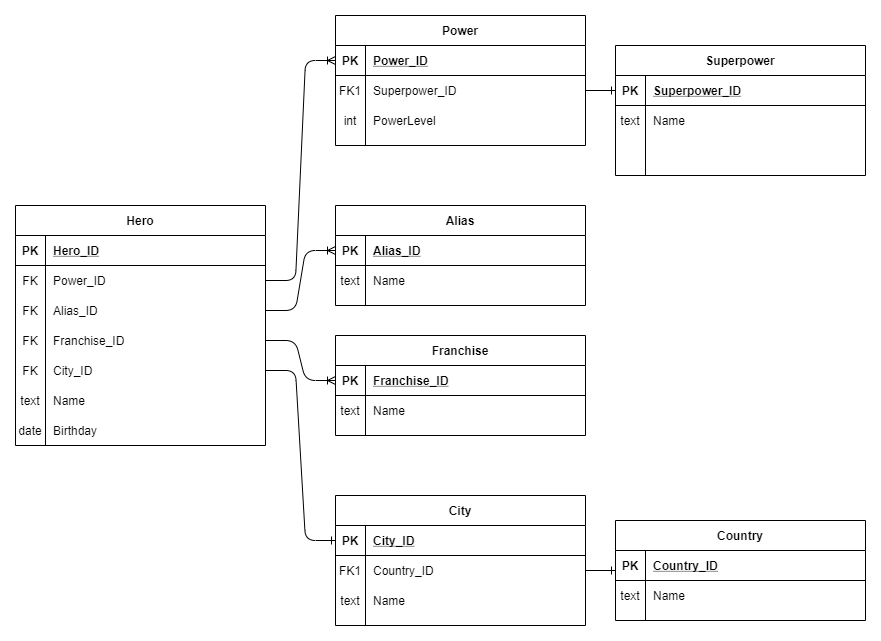
The draw.io diagram assets/root/SuperheroERD3NF.png in AlexStormwood/IntroToDatabaseNormalization, before a commit. Source tidied: cells renumbered, new cells last; positions are measured from the earlier drawing's top-left corner, leaving out a move shared by most shapes.
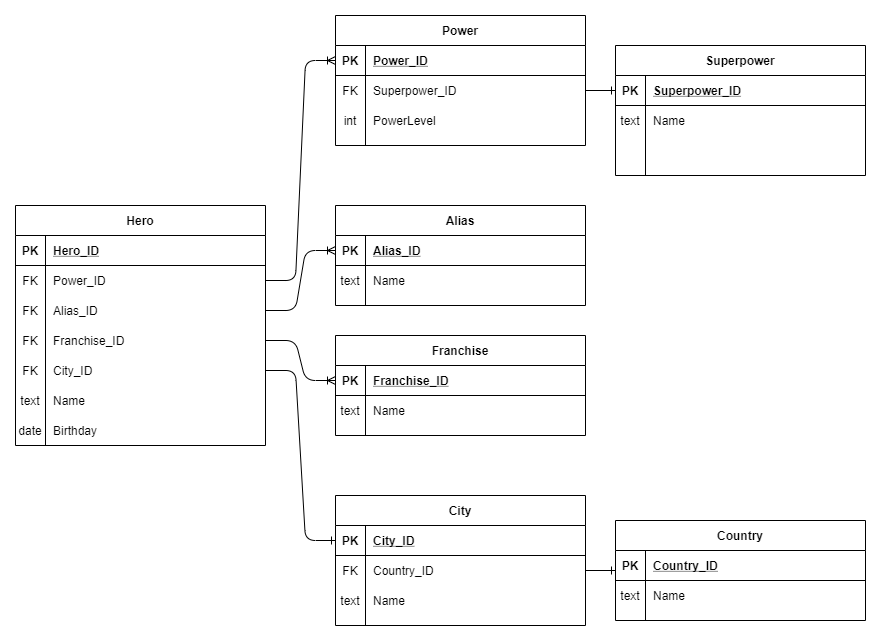
The same diagram one commit later.

Change to the diagram source:
```diff
@@ -23,7 +23,7 @@
     <mxCell id="8" style="shape=partialRectangle;fillColor=none;points=[[0,0.5],[1,0.5]];portConstraint=eastwest;top=0;left=0;right=0;bottom=0;" parent="4" vertex="1">
       <mxGeometry y="60" width="250" height="30" as="geometry" />
     </mxCell>
-    <mxCell id="9" value="FK1" style="shape=partialRectangle;overflow=hidden;fillColor=none;top=0;left=0;bottom=0;right=0;" parent="8" vertex="1">
+    <mxCell id="9" value="FK" style="shape=partialRectangle;overflow=hidden;fillColor=none;top=0;left=0;bottom=0;right=0;" parent="8" vertex="1">
       <mxGeometry width="30" height="30" as="geometry" />
     </mxCell>
     <mxCell id="10" value="Superpower_ID" style="shape=partialRectangle;overflow=hidden;fillColor=none;top=0;left=0;bottom=0;right=0;align=left;spacingLeft=6;" parent="8" vertex="1">
@@ -182,7 +182,7 @@
     <mxCell id="61" style="shape=partialRectangle;fillColor=none;points=[[0,0.5],[1,0.5]];portConstraint=eastwest;top=0;left=0;right=0;bottom=0;" parent="57" vertex="1">
       <mxGeometry y="60" width="250" height="30" as="geometry" />
     </mxCell>
-    <mxCell id="62" value="FK1" style="shape=partialRectangle;overflow=hidden;fillColor=none;top=0;left=0;bottom=0;right=0;" parent="61" vertex="1">
+    <mxCell id="62" value="FK" style="shape=partialRectangle;overflow=hidden;fillColor=none;top=0;left=0;bottom=0;right=0;" parent="61" vertex="1">
       <mxGeometry width="30" height="30" as="geometry" />
     </mxCell>
     <mxCell id="63" value="Country_ID" style="shape=partialRectangle;overflow=hidden;fillColor=none;top=0;left=0;bottom=0;right=0;align=left;spacingLeft=6;" parent="61" vertex="1">
```
